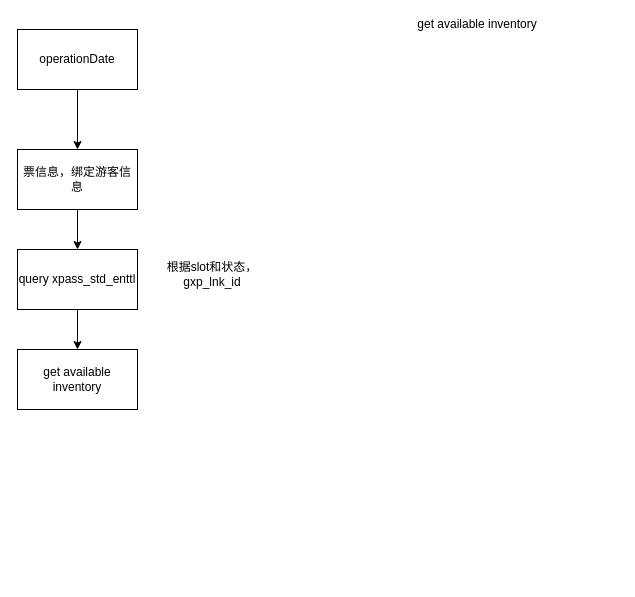
The draw.io diagram getOffer.drawio in GroundLand/note, before the edit. Source tidied: cells renumbered, new cells numbered last; positions are measured from the earlier drawing's top-left corner, leaving out a move shared by most shapes. Both pictures are drawn from the tidied source at 100%, with x=0, y=0 at pixel (17, 19).
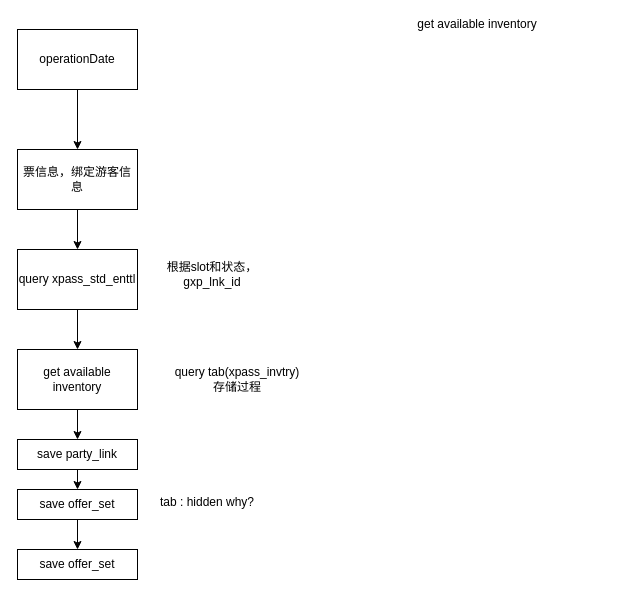
Above is the later version.

Unchanged cells that the change refers to:
```xml
<mxCell id="8" value="get available inventory" style="rounded=0;whiteSpace=wrap;html=1;" parent="1" vertex="1">
  <mxGeometry y="330" width="120" height="60" as="geometry" />
</mxCell>
```

Change to the diagram source:
```diff
@@
+    <mxCell id="11" style="edgeStyle=orthogonalEdgeStyle;rounded=0;jettySize=auto;html=1;exitX=0.5;exitY=1;exitDx=0;exitDy=0;entryX=0.5;entryY=0;entryDx=0;entryDy=0;" parent="1" edge="1" source="8" target="14">
+      <mxGeometry relative="1" as="geometry" />
+    </mxCell>
@@
+    <mxCell id="12" value="query tab(xpass_invtry)&lt;br&gt;存储过程" style="text;html=1;strokeColor=none;fillColor=none;align=center;verticalAlign=middle;whiteSpace=wrap;rounded=0;" parent="1" vertex="1">
+      <mxGeometry x="150" y="340" width="140" height="40" as="geometry" />
+    </mxCell>
+    <mxCell id="13" style="edgeStyle=orthogonalEdgeStyle;rounded=0;jettySize=auto;html=1;exitX=0.5;exitY=1;exitDx=0;exitDy=0;entryX=0.5;entryY=0;entryDx=0;entryDy=0;" parent="1" edge="1" source="14" target="16">
+      <mxGeometry relative="1" as="geometry" />
+    </mxCell>
+    <mxCell id="14" value="save party_link" style="rounded=0;whiteSpace=wrap;html=1;" parent="1" vertex="1">
+      <mxGeometry y="420" width="120" height="30" as="geometry" />
+    </mxCell>
+    <mxCell id="15" style="edgeStyle=orthogonalEdgeStyle;rounded=0;jettySize=auto;html=1;" parent="1" edge="1" source="16" target="17">
+      <mxGeometry relative="1" as="geometry" />
+    </mxCell>
+    <mxCell id="16" value="save offer_set" style="rounded=0;whiteSpace=wrap;html=1;" parent="1" vertex="1">
+      <mxGeometry y="470" width="120" height="30" as="geometry" />
+    </mxCell>
+    <mxCell id="17" value="save offer_set" style="rounded=0;whiteSpace=wrap;html=1;" parent="1" vertex="1">
+      <mxGeometry y="530" width="120" height="30" as="geometry" />
+    </mxCell>
+    <mxCell id="18" value="tab : hidden why?" style="text;html=1;strokeColor=none;fillColor=none;align=center;verticalAlign=middle;whiteSpace=wrap;rounded=0;" parent="1" vertex="1">
+      <mxGeometry x="140" y="475" width="100" height="15" as="geometry" />
+    </mxCell>
```
